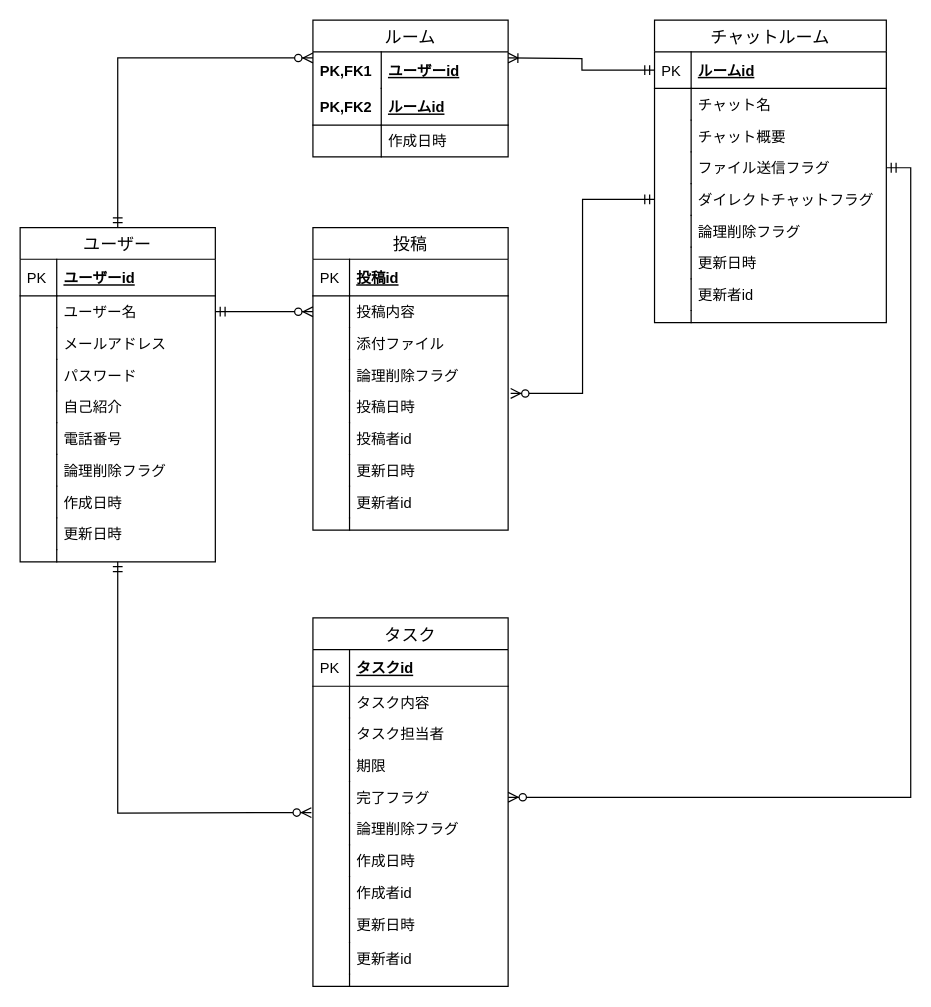
This is db/db-challenge1/db-challenge1.drawio from takumi98/quelcode-db, a draw.io file, before an edit. Source tidied: cells renumbered, new cells numbered last; positions are measured from the earlier drawing's top-left corner, leaving out a move shared by most shapes. Both pictures are drawn from the tidied source at 122%, with x=0, y=0 at pixel (20, 20).
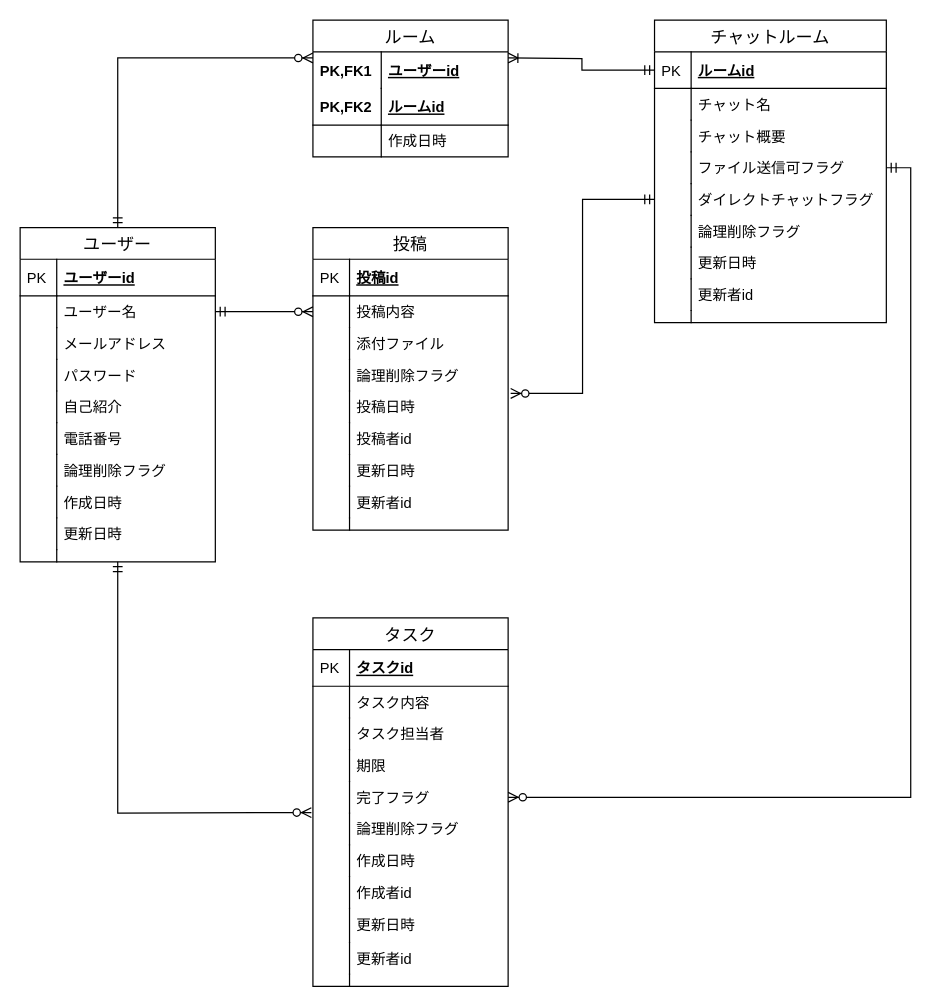
After the change.

Commit message:
ファイル送信フラグ名変更

The change refers to these unchanged cells:
```xml
<mxCell id="76" value="チャットルーム" style="swimlane;fontStyle=0;horizontal=1;startSize=26;align=center;fontSize=14;" parent="1" vertex="1">
  <mxGeometry x="520" width="190" height="248" as="geometry" />
</mxCell>
```

Diff of the diagram source:
```diff
@@
-    <mxCell id="83" value="ファイル送信フラグ" style="shape=partialRectangle;top=0;left=0;right=0;bottom=0;align=left;verticalAlign=top;fillColor=none;spacingLeft=34;spacingRight=4;overflow=hidden;points=[[0,0.5],[1,0.5]];portConstraint=eastwest;fontSize=12;" parent="76" vertex="1">
+    <mxCell id="83" value="ファイル送信可フラグ" style="shape=partialRectangle;top=0;left=0;right=0;bottom=0;align=left;verticalAlign=top;fillColor=none;spacingLeft=34;spacingRight=4;overflow=hidden;points=[[0,0.5],[1,0.5]];portConstraint=eastwest;fontSize=12;" parent="76" vertex="1">
       <mxGeometry y="108" width="190" height="26" as="geometry" />
     </mxCell>
```
